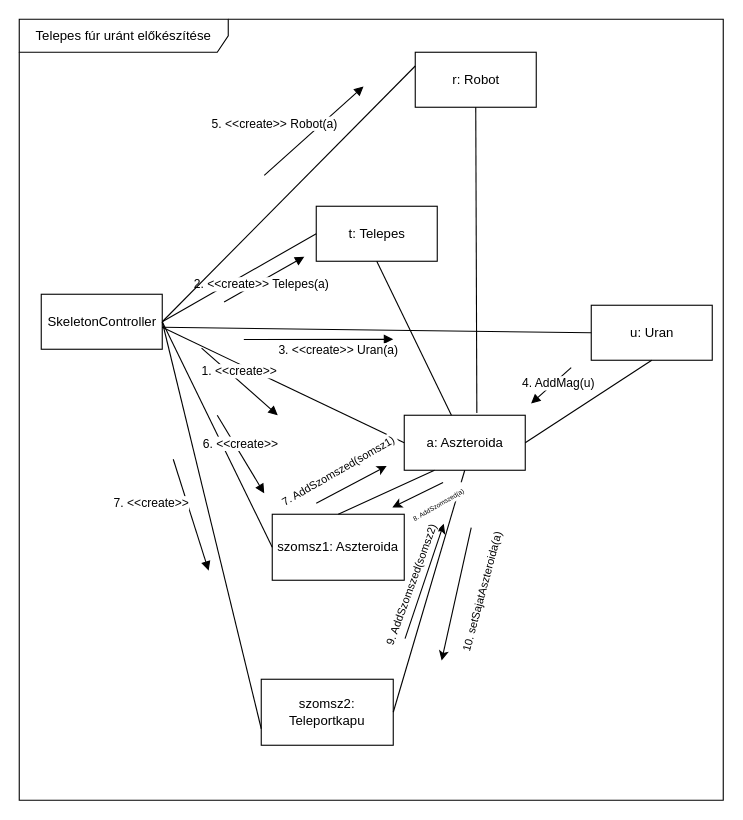
torpeBoiGo/aszteroidabanyaszat keeps this draw.io diagram as page "urán" (3 of 4) of doc/kommunikacio/kom_TelepesFur.drawio. Above is the earlier version. Source tidied: cells renumbered, new cells numbered last; positions are measured from the earlier drawing's top-left corner, leaving out a move shared by most shapes. Both pictures are drawn from the tidied source at 110%, with x=0, y=0 at pixel (19, 19).
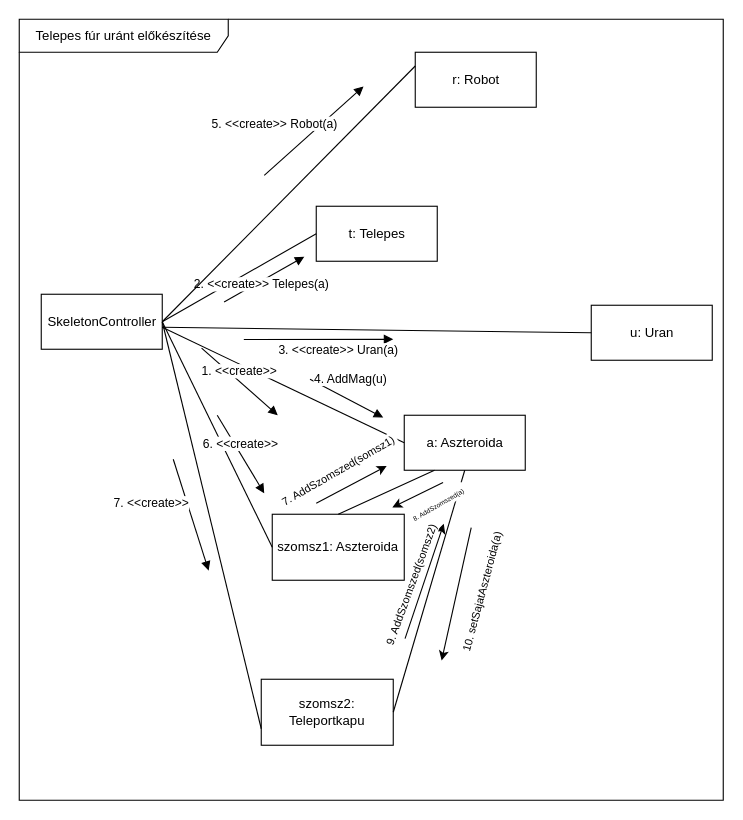
The same diagram, later.

Unchanged cells that the change refers to:
```xml
<mxCell id="2" value="Telepes fúr uránt előkészítése" style="shape=umlFrame;whiteSpace=wrap;html=1;width=190;height=30;" parent="1" vertex="1">
  <mxGeometry width="640" height="710" as="geometry" />
</mxCell>
<mxCell id="4" value="t: Telepes" style="html=1;" parent="1" vertex="1">
  <mxGeometry x="270" y="170" width="110" height="50" as="geometry" />
</mxCell>
<mxCell id="5" value="a: Aszteroida" style="html=1;" parent="1" vertex="1">
  <mxGeometry x="350" y="360" width="110" height="50" as="geometry" />
</mxCell>
<mxCell id="6" value="u: Uran" style="html=1;" parent="1" vertex="1">
  <mxGeometry x="520" y="260" width="110" height="50" as="geometry" />
</mxCell>
<mxCell id="16" value="r: Robot" style="html=1;" parent="1" vertex="1">
  <mxGeometry x="360" y="30" width="110" height="50" as="geometry" />
</mxCell>
```

Change to the diagram source:
```diff
@@
-    <mxCell id="11" style="endArrow=none;html=1;entryX=0.5;entryY=1;entryDx=0;entryDy=0;" parent="1" edge="1" source="5" target="4">
-      <mxGeometry relative="1" as="geometry" />
-    </mxCell>
@@
-    <mxCell id="14" style="endArrow=none;html=1;exitX=1;exitY=0.5;exitDx=0;exitDy=0;entryX=0.5;entryY=1;entryDx=0;entryDy=0;" parent="1" edge="1" source="5" target="6">
-      <mxGeometry relative="1" as="geometry" />
-    </mxCell>
-    <mxCell id="15" value="4. AddMag(u)" style="html=1;verticalAlign=bottom;endArrow=block;entryX=0.727;entryY=0.492;entryDx=0;entryDy=0;entryPerimeter=0;exitX=0.784;exitY=0.446;exitDx=0;exitDy=0;exitPerimeter=0;" parent="1" edge="1" source="2" target="2">
+    <mxCell id="15" value="4. AddMag(u)" style="html=1;verticalAlign=bottom;endArrow=block;entryX=0.517;entryY=0.51;entryDx=0;entryDy=0;entryPerimeter=0;exitX=0.413;exitY=0.461;exitDx=0;exitDy=0;exitPerimeter=0;" parent="1" edge="1" source="2" target="2">
       <mxGeometry x="-0.01" y="10" relative="1" as="geometry">
         <mxPoint x="-1" as="offset" />
       </mxGeometry>
     </mxCell>
@@
-    <mxCell id="25" style="endArrow=none;html=1;entryX=0.5;entryY=1;entryDx=0;entryDy=0;exitX=0.6;exitY=-0.04;exitDx=0;exitDy=0;exitPerimeter=0;" parent="1" edge="1" source="5" target="16">
-      <mxGeometry relative="1" as="geometry" />
-    </mxCell>
```
